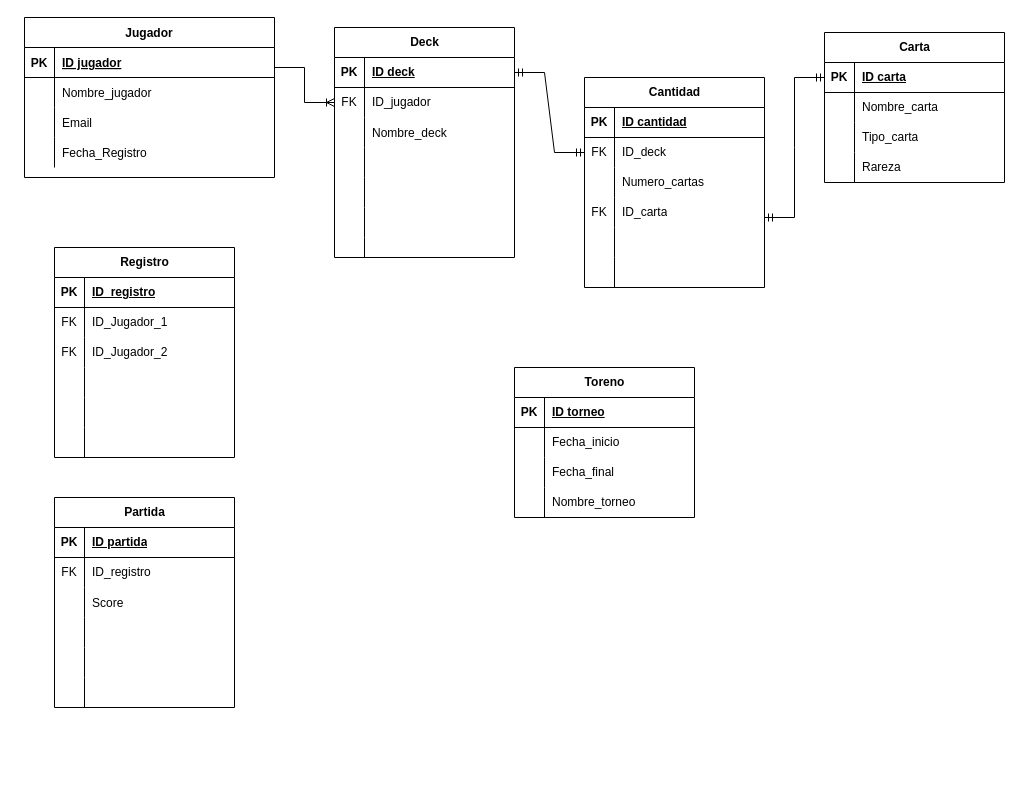
Earlier version of the draw.io diagram Base de Datos/Pokemon_TCG_1.drawio (leaguirre3/A1749322_-TC2005B). Source tidied: cells renumbered, new cells numbered last; positions are measured from the earlier drawing's top-left corner, leaving out a move shared by most shapes. Both pictures are drawn from the tidied source at 100%, with x=0, y=0 at pixel (24, 17).
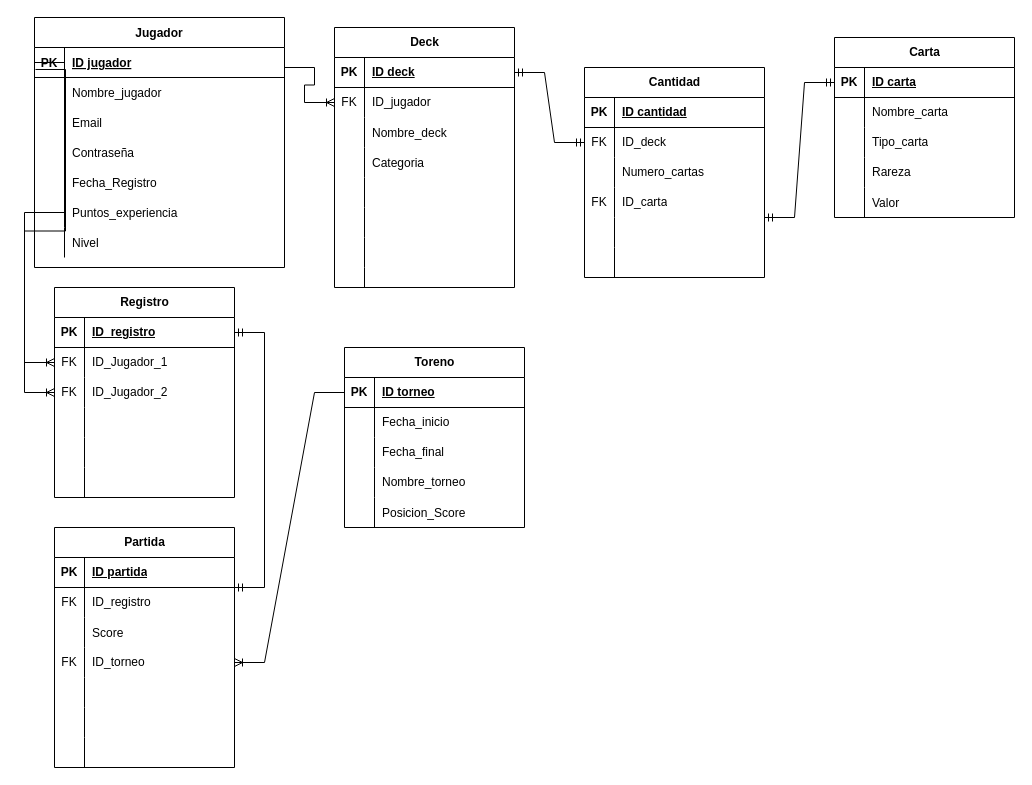
Above is the later version.

Unchanged cells that the change refers to:
```xml
<mxCell id="3" style="shape=partialRectangle;fillColor=none;points=[[0,0.5],[1,0.5]];portConstraint=eastwest;top=0;left=0;right=0;bottom=1;" parent="2" vertex="1">
  <mxGeometry y="30" width="250" height="30" as="geometry" />
</mxCell>
<mxCell id="70" style="shape=tableRow;horizontal=0;startSize=0;swimlaneHead=0;swimlaneBody=0;fillColor=none;points=[[0,0.5],[1,0.5]];portConstraint=eastwest;top=0;left=0;right=0;bottom=1;" parent="69" vertex="1">
  <mxGeometry y="30" width="180" height="30" as="geometry" />
</mxCell>
<mxCell id="105" style="shape=tableRow;horizontal=0;startSize=0;swimlaneHead=0;swimlaneBody=0;fillColor=none;points=[[0,0.5],[1,0.5]];portConstraint=eastwest;top=0;left=0;right=0;bottom=1;" parent="104" vertex="1">
  <mxGeometry y="30" width="180" height="30" as="geometry" />
</mxCell>
<mxCell id="108" style="shape=tableRow;horizontal=0;startSize=0;swimlaneHead=0;swimlaneBody=0;fillColor=none;points=[[0,0.5],[1,0.5]];portConstraint=eastwest;top=0;left=0;right=0;bottom=0;" parent="104" vertex="1">
  <mxGeometry y="60" width="180" height="30" as="geometry" />
</mxCell>
<mxCell id="111" style="shape=tableRow;horizontal=0;startSize=0;swimlaneHead=0;swimlaneBody=0;fillColor=none;points=[[0,0.5],[1,0.5]];portConstraint=eastwest;top=0;left=0;right=0;bottom=0;" parent="104" vertex="1">
  <mxGeometry y="90" width="180" height="30" as="geometry" />
</mxCell>
```

The edit, as a diff of the source:
```diff
@@
     <mxCell id="2" value="Jugador" style="shape=table;startSize=30;childLayout=tableLayout;rowLines=0;fontStyle=1;align=center;" parent="1" vertex="1">
-      <mxGeometry width="250" height="160" as="geometry" />
+      <mxGeometry x="10" width="250" height="250" as="geometry" />
     </mxCell>
@@
+    <mxCell id="123" style="shape=tableRow;horizontal=0;startSize=0;swimlaneHead=0;swimlaneBody=0;fillColor=none;top=0;left=0;right=0;bottom=0;" parent="2" vertex="1">
+      <mxGeometry y="120" width="250" height="30" as="geometry" />
+    </mxCell>
+    <mxCell id="124" style="shape=partialRectangle;fillColor=none;top=0;left=0;bottom=0;right=0;overflow=hidden;" parent="123" vertex="1">
+      <mxGeometry width="30" height="30" as="geometry" />
+    </mxCell>
+    <mxCell id="125" value="Contraseña" style="shape=partialRectangle;fillColor=none;top=0;left=0;bottom=0;right=0;align=left;spacingLeft=6;overflow=hidden;" parent="123" vertex="1">
+      <mxGeometry x="30" width="220" height="30" as="geometry" />
+    </mxCell>
     <mxCell id="12" style="shape=tableRow;horizontal=0;startSize=0;swimlaneHead=0;swimlaneBody=0;fillColor=none;top=0;left=0;right=0;bottom=0;" parent="2" vertex="1">
-      <mxGeometry y="120" width="250" height="30" as="geometry" />
+      <mxGeometry y="150" width="250" height="30" as="geometry" />
     </mxCell>
@@
+    <mxCell id="126" style="shape=tableRow;horizontal=0;startSize=0;swimlaneHead=0;swimlaneBody=0;fillColor=none;top=0;left=0;right=0;bottom=0;" parent="2" vertex="1">
+      <mxGeometry y="180" width="250" height="30" as="geometry" />
+    </mxCell>
+    <mxCell id="127" style="shape=partialRectangle;fillColor=none;top=0;left=0;bottom=0;right=0;overflow=hidden;" parent="126" vertex="1">
+      <mxGeometry width="30" height="30" as="geometry" />
+    </mxCell>
+    <mxCell id="128" value="Puntos_experiencia" style="shape=partialRectangle;fillColor=none;top=0;left=0;bottom=0;right=0;align=left;spacingLeft=6;overflow=hidden;" parent="126" vertex="1">
+      <mxGeometry x="30" width="220" height="30" as="geometry" />
+    </mxCell>
+    <mxCell id="129" style="shape=tableRow;horizontal=0;startSize=0;swimlaneHead=0;swimlaneBody=0;fillColor=none;top=0;left=0;right=0;bottom=0;" parent="2" vertex="1">
+      <mxGeometry y="210" width="250" height="30" as="geometry" />
+    </mxCell>
+    <mxCell id="130" style="shape=partialRectangle;fillColor=none;top=0;left=0;bottom=0;right=0;overflow=hidden;" parent="129" vertex="1">
+      <mxGeometry width="30" height="30" as="geometry" />
+    </mxCell>
+    <mxCell id="131" value="Nivel" style="shape=partialRectangle;fillColor=none;top=0;left=0;bottom=0;right=0;align=left;spacingLeft=6;overflow=hidden;" parent="129" vertex="1">
+      <mxGeometry x="30" width="220" height="30" as="geometry" />
+    </mxCell>
     <mxCell id="15" value="Carta" style="shape=table;startSize=30;childLayout=tableLayout;rowLines=0;fontStyle=1;align=center;html=1;" parent="1" vertex="1">
-      <mxGeometry x="800" y="15" width="180" height="150" as="geometry" />
+      <mxGeometry x="810" y="20" width="180" height="180" as="geometry" />
     </mxCell>
@@
+    <mxCell id="132" style="shape=tableRow;horizontal=0;startSize=0;swimlaneHead=0;swimlaneBody=0;fillColor=none;top=0;left=0;right=0;bottom=0;" parent="15" vertex="1">
+      <mxGeometry y="150" width="180" height="30" as="geometry" />
+    </mxCell>
+    <mxCell id="133" style="shape=partialRectangle;fillColor=none;top=0;left=0;bottom=0;right=0;overflow=hidden;" parent="132" vertex="1">
+      <mxGeometry width="30" height="30" as="geometry" />
+    </mxCell>
+    <mxCell id="134" value="Valor" style="shape=partialRectangle;fillColor=none;top=0;left=0;bottom=0;right=0;align=left;spacingLeft=6;overflow=hidden;" parent="132" vertex="1">
+      <mxGeometry x="30" width="150" height="30" as="geometry" />
+    </mxCell>
     <mxCell id="28" value="Deck" style="shape=table;startSize=30;childLayout=tableLayout;rowLines=0;fontStyle=1;align=center;html=1;" parent="1" vertex="1">
-      <mxGeometry x="310" y="10" width="180" height="230" as="geometry" />
+      <mxGeometry x="310" y="10" width="180" height="260" as="geometry" />
     </mxCell>
@@
+    <mxCell id="135" style="shape=tableRow;horizontal=0;startSize=0;swimlaneHead=0;swimlaneBody=0;fillColor=none;top=0;left=0;right=0;bottom=0;" parent="28" vertex="1">
+      <mxGeometry y="120" width="180" height="30" as="geometry" />
+    </mxCell>
+    <mxCell id="136" style="shape=partialRectangle;fillColor=none;top=0;left=0;bottom=0;right=0;overflow=hidden;" parent="135" vertex="1">
+      <mxGeometry width="30" height="30" as="geometry" />
+    </mxCell>
+    <mxCell id="137" value="Categoria" style="shape=partialRectangle;fillColor=none;top=0;left=0;bottom=0;right=0;align=left;spacingLeft=6;overflow=hidden;" parent="135" vertex="1">
+      <mxGeometry x="30" width="150" height="30" as="geometry" />
+    </mxCell>
     <mxCell id="38" style="shape=tableRow;horizontal=0;startSize=0;swimlaneHead=0;swimlaneBody=0;fillColor=none;top=0;left=0;right=0;bottom=0;" parent="28" vertex="1">
-      <mxGeometry y="120" width="180" height="30" as="geometry" />
+      <mxGeometry y="150" width="180" height="30" as="geometry" />
     </mxCell>
@@
     <mxCell id="41" style="shape=tableRow;horizontal=0;startSize=0;swimlaneHead=0;swimlaneBody=0;fillColor=none;top=0;left=0;right=0;bottom=0;" parent="28" vertex="1">
-      <mxGeometry y="150" width="180" height="30" as="geometry" />
+      <mxGeometry y="180" width="180" height="30" as="geometry" />
     </mxCell>
@@
     <mxCell id="44" style="shape=tableRow;horizontal=0;startSize=0;swimlaneHead=0;swimlaneBody=0;fillColor=none;top=0;left=0;right=0;bottom=0;" parent="28" vertex="1">
-      <mxGeometry y="180" width="180" height="30" as="geometry" />
+      <mxGeometry y="210" width="180" height="30" as="geometry" />
     </mxCell>
@@
     <mxCell id="47" style="shape=tableRow;horizontal=0;startSize=0;swimlaneHead=0;swimlaneBody=0;fillColor=none;top=0;left=0;right=0;bottom=0;" parent="28" vertex="1">
-      <mxGeometry y="210" width="180" height="20" as="geometry" />
+      <mxGeometry y="240" width="180" height="20" as="geometry" />
     </mxCell>
@@
     <mxCell id="50" value="Partida" style="shape=table;startSize=30;childLayout=tableLayout;rowLines=0;fontStyle=1;align=center;html=1;" parent="1" vertex="1">
-      <mxGeometry x="30" y="480" width="180" height="210" as="geometry" />
+      <mxGeometry x="30" y="510" width="180" height="240" as="geometry" />
     </mxCell>
@@
+    <mxCell id="138" style="shape=tableRow;horizontal=0;startSize=0;swimlaneHead=0;swimlaneBody=0;fillColor=none;points=[[0,0.5],[1,0.5]];portConstraint=eastwest;top=0;left=0;right=0;bottom=0;" parent="50" vertex="1">
+      <mxGeometry y="120" width="180" height="30" as="geometry" />
+    </mxCell>
+    <mxCell id="139" value="FK" style="shape=partialRectangle;fillColor=none;top=0;left=0;bottom=0;right=0;fontStyle=0;overflow=hidden;whiteSpace=wrap;html=1;" parent="138" vertex="1">
+      <mxGeometry width="30" height="30" as="geometry" />
+    </mxCell>
+    <mxCell id="140" value="ID_torneo" style="shape=partialRectangle;fillColor=none;top=0;left=0;bottom=0;right=0;align=left;spacingLeft=6;fontStyle=0;overflow=hidden;whiteSpace=wrap;html=1;" parent="138" vertex="1">
+      <mxGeometry x="30" width="150" height="30" as="geometry" />
+    </mxCell>
     <mxCell id="60" style="shape=tableRow;horizontal=0;startSize=0;swimlaneHead=0;swimlaneBody=0;fillColor=none;top=0;left=0;right=0;bottom=0;" parent="50" vertex="1">
-      <mxGeometry y="120" width="180" height="30" as="geometry" />
+      <mxGeometry y="150" width="180" height="30" as="geometry" />
     </mxCell>
@@
     <mxCell id="63" style="shape=tableRow;horizontal=0;startSize=0;swimlaneHead=0;swimlaneBody=0;fillColor=none;top=0;left=0;right=0;bottom=0;" parent="50" vertex="1">
-      <mxGeometry y="150" width="180" height="30" as="geometry" />
+      <mxGeometry y="180" width="180" height="30" as="geometry" />
     </mxCell>
@@
     <mxCell id="66" style="shape=tableRow;horizontal=0;startSize=0;swimlaneHead=0;swimlaneBody=0;fillColor=none;top=0;left=0;right=0;bottom=0;" parent="50" vertex="1">
-      <mxGeometry y="180" width="180" height="30" as="geometry" />
+      <mxGeometry y="210" width="180" height="30" as="geometry" />
     </mxCell>
@@
     <mxCell id="69" value="Toreno" style="shape=table;startSize=30;childLayout=tableLayout;rowLines=0;fontStyle=1;align=center;html=1;" parent="1" vertex="1">
-      <mxGeometry x="490" y="350" width="180" height="150" as="geometry" />
+      <mxGeometry x="320" y="330" width="180" height="180" as="geometry" />
     </mxCell>
@@
+    <mxCell id="141" style="shape=tableRow;horizontal=0;startSize=0;swimlaneHead=0;swimlaneBody=0;fillColor=none;top=0;left=0;right=0;bottom=0;" parent="69" vertex="1">
+      <mxGeometry y="150" width="180" height="30" as="geometry" />
+    </mxCell>
+    <mxCell id="142" style="shape=partialRectangle;fillColor=none;top=0;left=0;bottom=0;right=0;overflow=hidden;" parent="141" vertex="1">
+      <mxGeometry width="30" height="30" as="geometry" />
+    </mxCell>
+    <mxCell id="143" value="Posicion_Score" style="shape=partialRectangle;fillColor=none;top=0;left=0;bottom=0;right=0;align=left;spacingLeft=6;overflow=hidden;" parent="141" vertex="1">
+      <mxGeometry x="30" width="150" height="30" as="geometry" />
+    </mxCell>
@@
     <mxCell id="83" value="Cantidad" style="shape=table;startSize=30;childLayout=tableLayout;rowLines=0;fontStyle=1;align=center;html=1;" parent="1" vertex="1">
-      <mxGeometry x="560" y="60" width="180" height="210" as="geometry" />
+      <mxGeometry x="560" y="50" width="180" height="210" as="geometry" />
     </mxCell>
@@
     <mxCell id="104" value="Registro" style="shape=table;startSize=30;childLayout=tableLayout;rowLines=0;fontStyle=1;align=center;html=1;" parent="1" vertex="1">
-      <mxGeometry x="30" y="230" width="180" height="210" as="geometry" />
+      <mxGeometry x="30" y="270" width="180" height="210" as="geometry" />
     </mxCell>
@@
+    <mxCell id="144" style="edgeStyle=entityRelationEdgeStyle;fontSize=12;html=1;endArrow=ERoneToMany;rounded=0;entryX=0;entryY=0.5;entryDx=0;entryDy=0;exitX=0;exitY=0.5;exitDx=0;exitDy=0;" parent="1" edge="1" source="3" target="108">
+      <mxGeometry relative="1" as="geometry">
+        <Array as="points">
+          <mxPoint x="270" y="380" />
+          <mxPoint x="330" y="340" />
+        </Array>
+      </mxGeometry>
+    </mxCell>
+    <mxCell id="145" style="edgeStyle=entityRelationEdgeStyle;fontSize=12;html=1;endArrow=ERoneToMany;rounded=0;exitX=0.004;exitY=0.733;exitDx=0;exitDy=0;exitPerimeter=0;entryX=0;entryY=0.5;entryDx=0;entryDy=0;" parent="1" edge="1" source="3" target="111">
+      <mxGeometry relative="1" as="geometry" />
+    </mxCell>
+    <mxCell id="146" style="edgeStyle=entityRelationEdgeStyle;fontSize=12;html=1;endArrow=ERmandOne;startArrow=ERmandOne;rounded=0;entryX=1;entryY=0.5;entryDx=0;entryDy=0;" parent="1" edge="1" target="105">
+      <mxGeometry relative="1" as="geometry">
+        <mxPoint x="210" y="570" as="sourcePoint" />
+      </mxGeometry>
+    </mxCell>
+    <mxCell id="147" style="edgeStyle=entityRelationEdgeStyle;fontSize=12;html=1;endArrow=ERoneToMany;rounded=0;entryX=1;entryY=0.5;entryDx=0;entryDy=0;exitX=0;exitY=0.5;exitDx=0;exitDy=0;" parent="1" edge="1" source="70" target="138">
+      <mxGeometry relative="1" as="geometry" />
+    </mxCell>
```
